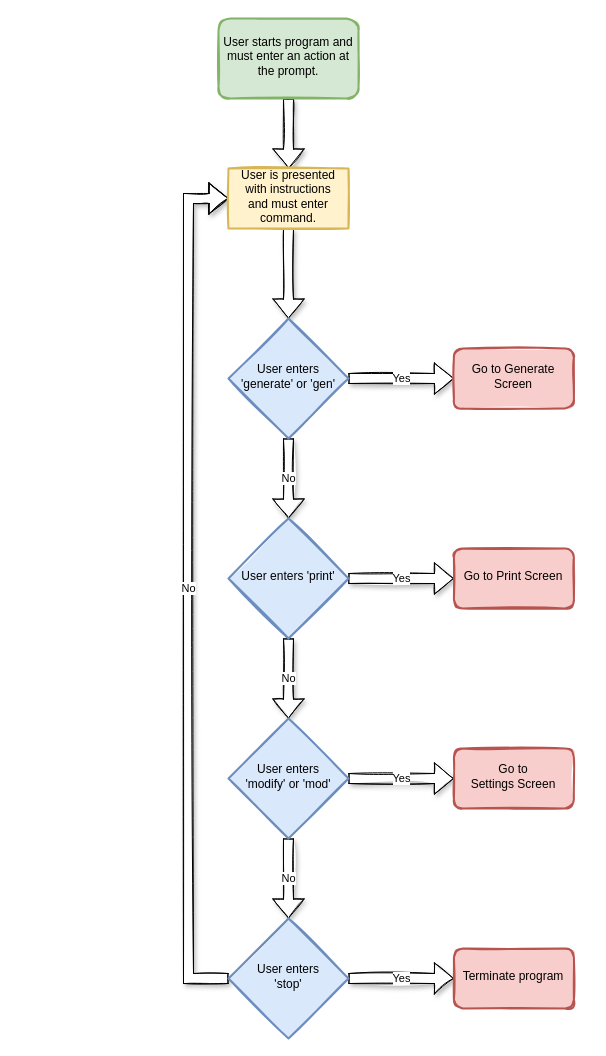
The draw.io diagram Design/GenerateScreenFlow.drawio in zkturman/LanguageCrawler, before the edit. Source tidied: cells renumbered, new cells numbered last; positions are measured from the earlier drawing's top-left corner, leaving out a move shared by most shapes. Both pictures are drawn from the tidied source at 100%, with x=0, y=0 at pixel (188, 18).
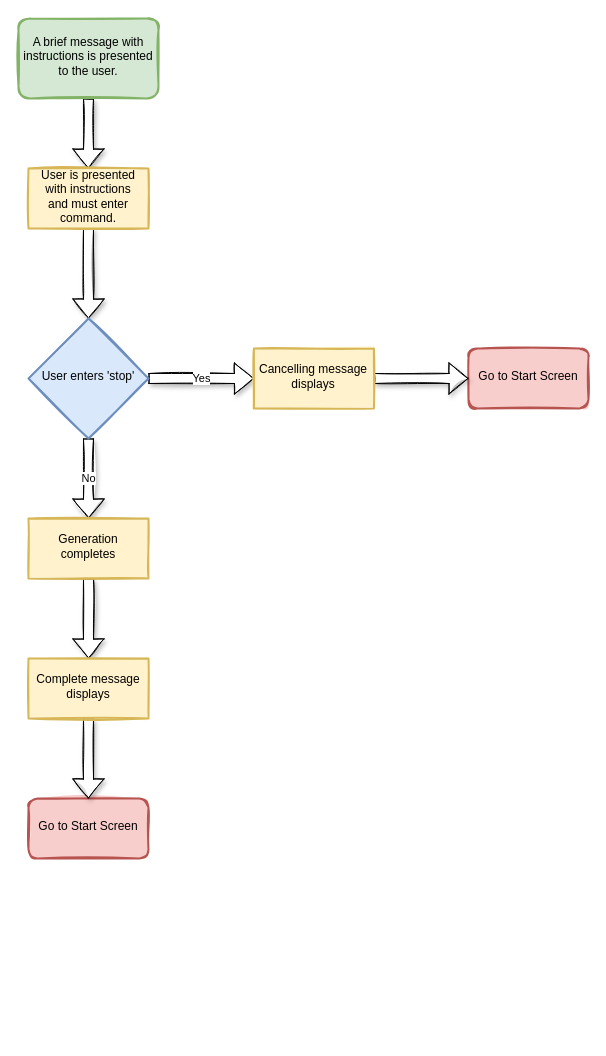
The same diagram, later.

The edit, as a diff of the source:
```diff
@@
-    <mxCell id="2" value="No" style="edgeStyle=orthogonalEdgeStyle;rounded=0;jettySize=auto;html=1;entryX=0.5;entryY=0;entryDx=0;entryDy=0;sketch=1;strokeWidth=1;shadow=1;fillColor=default;shape=flexArrow;exitX=0.5;exitY=1;exitDx=0;exitDy=0;" parent="1" edge="1" source="9" target="14">
-      <mxGeometry relative="1" as="geometry" />
-    </mxCell>
-    <mxCell id="3" style="edgeStyle=orthogonalEdgeStyle;rounded=0;jettySize=auto;html=1;exitX=0.5;exitY=1;exitDx=0;exitDy=0;entryX=0.5;entryY=0;entryDx=0;entryDy=0;sketch=1;strokeWidth=1;shadow=1;fillColor=default;shape=flexArrow;" parent="1" edge="1" source="18" target="6">
-      <mxGeometry relative="1" as="geometry" />
-    </mxCell>
+    <mxCell id="22" style="edgeStyle=orthogonalEdgeStyle;rounded=0;jettySize=auto;html=1;exitX=0.5;exitY=1;exitDx=0;exitDy=0;entryX=0.5;entryY=0;entryDx=0;entryDy=0;sketch=1;strokeWidth=1;shadow=1;fillColor=default;shape=flexArrow;" parent="1" edge="1" source="18" target="20">
+      <mxGeometry relative="1" as="geometry" />
+    </mxCell>
-    <mxCell id="4" value="Yes" style="edgeStyle=orthogonalEdgeStyle;rounded=0;jettySize=auto;html=1;exitX=1;exitY=0.5;exitDx=0;exitDy=0;entryX=0;entryY=0.5;entryDx=0;entryDy=0;sketch=1;strokeWidth=1;shadow=1;fillColor=default;shape=flexArrow;" parent="1" edge="1" source="6" target="7">
+    <mxCell id="4" value="Yes" style="edgeStyle=orthogonalEdgeStyle;rounded=0;jettySize=auto;html=1;exitX=1;exitY=0.5;exitDx=0;exitDy=0;entryX=0;entryY=0.5;entryDx=0;entryDy=0;sketch=1;strokeWidth=1;shadow=1;fillColor=default;shape=flexArrow;" parent="1" edge="1" source="20" target="28">
       <mxGeometry relative="1" as="geometry" />
     </mxCell>
-    <mxCell id="5" value="No" style="edgeStyle=orthogonalEdgeStyle;rounded=0;jettySize=auto;html=1;exitX=0.5;exitY=1;exitDx=0;exitDy=0;entryX=0.5;entryY=0;entryDx=0;entryDy=0;sketch=1;strokeWidth=1;shadow=1;fillColor=default;shape=flexArrow;" parent="1" edge="1" source="6" target="9">
+    <mxCell id="5" value="No" style="edgeStyle=orthogonalEdgeStyle;rounded=0;jettySize=auto;html=1;exitX=0.5;exitY=1;exitDx=0;exitDy=0;entryX=0.5;entryY=0;entryDx=0;entryDy=0;sketch=1;strokeWidth=1;shadow=1;fillColor=default;shape=flexArrow;" parent="1" edge="1" source="20" target="30">
       <mxGeometry relative="1" as="geometry" />
     </mxCell>
-    <mxCell id="6" value="User enters 'generate' or 'gen'" style="rhombus;whiteSpace=wrap;html=1;shadow=0;fontFamily=Helvetica;fontSize=12;align=center;strokeWidth=2;spacing=6;spacingTop=-4;fillColor=#dae8fc;strokeColor=#6c8ebf;sketch=1;fillStyle=solid;" parent="1" vertex="1">
-      <mxGeometry x="40" y="300" width="120" height="120" as="geometry" />
-    </mxCell>
-    <mxCell id="7" value="Go to Generate Screen" style="rounded=1;whiteSpace=wrap;html=1;fontSize=12;glass=0;strokeWidth=2;shadow=0;fillColor=#f8cecc;strokeColor=#b85450;spacing=6;spacingTop=-4;sketch=1;fillStyle=solid;" parent="1" vertex="1">
-      <mxGeometry x="265.4" y="330" width="120" height="60" as="geometry" />
-    </mxCell>
-    <mxCell id="8" value="Yes" style="edgeStyle=orthogonalEdgeStyle;rounded=0;jettySize=auto;html=1;exitX=1;exitY=0.5;exitDx=0;exitDy=0;sketch=1;strokeWidth=1;shadow=1;fillColor=default;shape=flexArrow;" parent="1" edge="1" source="9" target="10">
-      <mxGeometry relative="1" as="geometry" />
-    </mxCell>
-    <mxCell id="9" value="User enters 'print'" style="rhombus;whiteSpace=wrap;html=1;shadow=0;fontFamily=Helvetica;fontSize=12;align=center;strokeWidth=2;spacing=6;spacingTop=-4;fillColor=#dae8fc;strokeColor=#6c8ebf;sketch=1;fillStyle=solid;" parent="1" vertex="1">
-      <mxGeometry x="40" y="500" width="120" height="120" as="geometry" />
-    </mxCell>
-    <mxCell id="10" value="Go to Print Screen" style="rounded=1;whiteSpace=wrap;html=1;fontSize=12;glass=0;strokeWidth=2;shadow=0;fillColor=#f8cecc;strokeColor=#b85450;spacing=6;spacingTop=-4;sketch=1;fillStyle=solid;" parent="1" vertex="1">
-      <mxGeometry x="265.4" y="530" width="120" height="60" as="geometry" />
-    </mxCell>
-    <mxCell id="11" value="Yes" style="edgeStyle=orthogonalEdgeStyle;rounded=0;jettySize=auto;html=1;exitX=1;exitY=0.5;exitDx=0;exitDy=0;sketch=1;strokeWidth=1;shadow=1;fillColor=default;shape=flexArrow;" parent="1" edge="1" source="14" target="15">
-      <mxGeometry relative="1" as="geometry" />
-    </mxCell>
-    <mxCell id="12" value="No" style="edgeStyle=orthogonalEdgeStyle;shape=flexArrow;rounded=0;sketch=1;jettySize=auto;html=1;exitX=0;exitY=0.5;exitDx=0;exitDy=0;entryX=0;entryY=0.5;entryDx=0;entryDy=0;shadow=1;labelBackgroundColor=default;fontFamily=Helvetica;fontSize=11;fontColor=default;endArrow=classic;strokeColor=default;strokeWidth=1;fillColor=default;" parent="1" edge="1" source="20" target="18">
-      <mxGeometry relative="1" as="geometry">
-        <Array as="points">
-          <mxPoint y="960" />
-          <mxPoint y="180" />
-        </Array>
-      </mxGeometry>
-    </mxCell>
-    <mxCell id="13" value="No" style="edgeStyle=orthogonalEdgeStyle;shape=flexArrow;rounded=0;sketch=1;jettySize=auto;html=1;exitX=0.5;exitY=1;exitDx=0;exitDy=0;entryX=0.5;entryY=0;entryDx=0;entryDy=0;shadow=1;labelBackgroundColor=default;fontFamily=Helvetica;fontSize=11;fontColor=default;endArrow=classic;strokeColor=default;strokeWidth=1;fillColor=default;" parent="1" edge="1" source="14" target="20">
-      <mxGeometry relative="1" as="geometry" />
-    </mxCell>
-    <mxCell id="14" value="User enters &lt;br&gt;'modify' or 'mod'" style="rhombus;whiteSpace=wrap;html=1;shadow=0;fontFamily=Helvetica;fontSize=12;align=center;strokeWidth=2;spacing=6;spacingTop=-4;fillColor=#dae8fc;strokeColor=#6c8ebf;sketch=1;fillStyle=solid;" parent="1" vertex="1">
-      <mxGeometry x="40" y="700" width="120" height="120" as="geometry" />
-    </mxCell>
-    <mxCell id="15" value="Go to Settings&amp;nbsp;Screen" style="rounded=1;whiteSpace=wrap;html=1;fontSize=12;glass=0;strokeWidth=2;shadow=0;fillColor=#f8cecc;strokeColor=#b85450;spacing=6;spacingTop=-4;sketch=1;fillStyle=solid;" parent="1" vertex="1">
-      <mxGeometry x="265.4" y="730" width="120" height="60" as="geometry" />
-    </mxCell>
-    <mxCell id="16" style="edgeStyle=orthogonalEdgeStyle;rounded=0;jettySize=auto;html=1;exitX=0.5;exitY=1;exitDx=0;exitDy=0;entryX=0.5;entryY=0;entryDx=0;entryDy=0;sketch=1;strokeWidth=1;shadow=1;fillColor=default;shape=flexArrow;" parent="1" edge="1" source="17" target="18">
-      <mxGeometry relative="1" as="geometry" />
-    </mxCell>
-    <mxCell id="17" value="User starts program and must enter an action at the prompt." style="rounded=1;whiteSpace=wrap;html=1;fontSize=12;glass=0;strokeWidth=2;shadow=0;fillColor=#d5e8d4;strokeColor=#82b366;spacing=6;spacingTop=-4;sketch=1;fillStyle=solid;" parent="1" vertex="1">
-      <mxGeometry x="30" width="140" height="80" as="geometry" />
-    </mxCell>
+    <mxCell id="20" value="User enters 'stop'" style="rhombus;whiteSpace=wrap;html=1;shadow=0;fontFamily=Helvetica;fontSize=12;align=center;strokeWidth=2;spacing=6;spacingTop=-4;fillColor=#dae8fc;strokeColor=#6c8ebf;sketch=1;fillStyle=solid;" parent="1" vertex="1">
+      <mxGeometry x="-160" y="300" width="120" height="120" as="geometry" />
+    </mxCell>
+    <mxCell id="23" value="Go to Start Screen" style="rounded=1;whiteSpace=wrap;html=1;fontSize=12;glass=0;strokeWidth=2;shadow=0;fillColor=#f8cecc;strokeColor=#b85450;spacing=6;spacingTop=-4;sketch=1;fillStyle=solid;" parent="1" vertex="1">
+      <mxGeometry x="280" y="330" width="120" height="60" as="geometry" />
+    </mxCell>
+    <mxCell id="24" style="edgeStyle=orthogonalEdgeStyle;rounded=0;jettySize=auto;html=1;exitX=0.5;exitY=1;exitDx=0;exitDy=0;entryX=0.5;entryY=0;entryDx=0;entryDy=0;sketch=1;strokeWidth=1;shadow=1;fillColor=default;shape=flexArrow;" parent="1" edge="1" source="25" target="18">
+      <mxGeometry relative="1" as="geometry" />
+    </mxCell>
+    <mxCell id="25" value="A brief message with instructions is presented to the user." style="rounded=1;whiteSpace=wrap;html=1;fontSize=12;glass=0;strokeWidth=2;shadow=0;fillColor=#d5e8d4;strokeColor=#82b366;spacing=6;spacingTop=-4;sketch=1;fillStyle=solid;" parent="1" vertex="1">
+      <mxGeometry x="-170" width="140" height="80" as="geometry" />
+    </mxCell>
     <mxCell id="18" value="User is presented with instructions &lt;br&gt;and must enter command." style="rounded=0;whiteSpace=wrap;html=1;fillColor=#fff2cc;strokeColor=#d6b656;shadow=0;strokeWidth=2;spacing=6;spacingTop=-4;sketch=1;fillStyle=solid;" parent="1" vertex="1">
-      <mxGeometry x="40" y="150" width="120" height="60" as="geometry" />
+      <mxGeometry x="-160" y="150" width="120" height="60" as="geometry" />
     </mxCell>
-    <mxCell id="19" value="Yes" style="edgeStyle=orthogonalEdgeStyle;rounded=0;jettySize=auto;html=1;exitX=1;exitY=0.5;exitDx=0;exitDy=0;sketch=1;strokeWidth=1;shadow=1;fillColor=default;shape=flexArrow;" parent="1" edge="1" source="20" target="21">
-      <mxGeometry relative="1" as="geometry" />
-    </mxCell>
-    <mxCell id="20" value="User enters &lt;br&gt;'stop'" style="rhombus;whiteSpace=wrap;html=1;shadow=0;fontFamily=Helvetica;fontSize=12;align=center;strokeWidth=2;spacing=6;spacingTop=-4;fillColor=#dae8fc;strokeColor=#6c8ebf;sketch=1;fillStyle=solid;" parent="1" vertex="1">
-      <mxGeometry x="40" y="900" width="120" height="120" as="geometry" />
-    </mxCell>
-    <mxCell id="21" value="Terminate program" style="rounded=1;whiteSpace=wrap;html=1;fontSize=12;glass=0;strokeWidth=2;shadow=0;fillColor=#f8cecc;strokeColor=#b85450;spacing=6;spacingTop=-4;sketch=1;fillStyle=solid;" parent="1" vertex="1">
-      <mxGeometry x="265.4" y="930" width="120" height="60" as="geometry" />
-    </mxCell>
+    <mxCell id="26" value="Go to Start Screen" style="rounded=1;whiteSpace=wrap;html=1;fontSize=12;glass=0;strokeWidth=2;shadow=0;fillColor=#f8cecc;strokeColor=#b85450;spacing=6;spacingTop=-4;sketch=1;fillStyle=solid;" parent="1" vertex="1">
+      <mxGeometry x="-160" y="780" width="120" height="60" as="geometry" />
+    </mxCell>
+    <mxCell id="27" style="edgeStyle=orthogonalEdgeStyle;rounded=0;jettySize=auto;html=1;exitX=1;exitY=0.5;exitDx=0;exitDy=0;entryX=0;entryY=0.5;entryDx=0;entryDy=0;sketch=1;strokeWidth=1;shadow=1;fillColor=default;shape=flexArrow;" parent="1" edge="1" source="28" target="23">
+      <mxGeometry relative="1" as="geometry" />
+    </mxCell>
+    <mxCell id="28" value="Cancelling message displays" style="rounded=0;whiteSpace=wrap;html=1;fillColor=#fff2cc;strokeColor=#d6b656;shadow=0;strokeWidth=2;spacing=6;spacingTop=-4;sketch=1;fillStyle=solid;" parent="1" vertex="1">
+      <mxGeometry x="65.4" y="330" width="120" height="60" as="geometry" />
+    </mxCell>
+    <mxCell id="29" style="edgeStyle=orthogonalEdgeStyle;shape=flexArrow;rounded=0;sketch=1;jettySize=auto;html=1;exitX=0.5;exitY=1;exitDx=0;exitDy=0;entryX=0.5;entryY=0;entryDx=0;entryDy=0;shadow=1;labelBackgroundColor=default;fontFamily=Helvetica;fontSize=11;fontColor=default;endArrow=classic;strokeColor=default;strokeWidth=1;fillColor=default;" parent="1" edge="1" source="30" target="32">
+      <mxGeometry relative="1" as="geometry" />
+    </mxCell>
+    <mxCell id="30" value="Generation completes" style="rounded=0;whiteSpace=wrap;html=1;fillColor=#fff2cc;strokeColor=#d6b656;shadow=0;strokeWidth=2;spacing=6;spacingTop=-4;sketch=1;fillStyle=solid;" parent="1" vertex="1">
+      <mxGeometry x="-160" y="500" width="120" height="60" as="geometry" />
+    </mxCell>
+    <mxCell id="31" style="edgeStyle=orthogonalEdgeStyle;shape=flexArrow;rounded=0;sketch=1;jettySize=auto;html=1;exitX=0.5;exitY=1;exitDx=0;exitDy=0;entryX=0.5;entryY=0;entryDx=0;entryDy=0;shadow=1;labelBackgroundColor=default;fontFamily=Helvetica;fontSize=11;fontColor=default;endArrow=classic;strokeColor=default;strokeWidth=1;fillColor=default;" parent="1" edge="1" source="32" target="26">
+      <mxGeometry relative="1" as="geometry" />
+    </mxCell>
+    <mxCell id="32" value="Complete message displays" style="rounded=0;whiteSpace=wrap;html=1;fillColor=#fff2cc;strokeColor=#d6b656;shadow=0;strokeWidth=2;spacing=6;spacingTop=-4;sketch=1;fillStyle=solid;" parent="1" vertex="1">
+      <mxGeometry x="-160" y="640" width="120" height="60" as="geometry" />
+    </mxCell>
```
